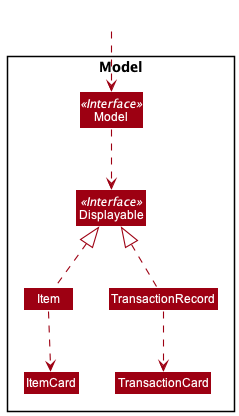
This is docs/images/ModelDisplayableClassDiagram.png from nus-cs2103-AY2122S1/tp, a PlantUML export, as it was before one commit. Source of this version:
```plantuml
@startuml
!include style.puml
skinparam arrowThickness 1.1
skinparam arrowColor MODEL_COLOR
skinparam classBackgroundColor MODEL_COLOR
Package Model <<Rectangle>>{
Interface Model <<Interface>>
Interface Displayable <<Interface>>
Class Model
Class Displayable

Class Item
Class TransactionRecord
Class ItemCard
Class TransactionCard
}
Class HiddenOutside #FFFFFF
HiddenOutside ..> Model

Model ..> Displayable
Item .up.|> Displayable
TransactionRecord .up.|> Displayable

Item .down.> ItemCard
TransactionRecord .down.> TransactionCard
@enduml
```
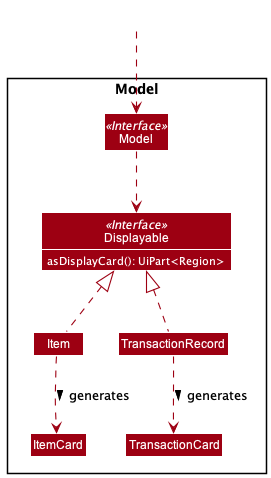
After the commit.

Commit message:
Add diagrams for Observer pattern and Model, Ui interaction

What changed in the source:
```diff
@@ -7,7 +7,9 @@
 Interface Model <<Interface>>
 Interface Displayable <<Interface>>
 Class Model
-Class Displayable
+Class Displayable {
+{method} asDisplayCard(): UiPart<Region>
+}
 
 Class Item
 Class TransactionRecord
@@ -21,6 +23,6 @@
 Item .up.|> Displayable
 TransactionRecord .up.|> Displayable
 
-Item .down.> ItemCard
-TransactionRecord .down.> TransactionCard
+Item .down.> ItemCard: generates >
+TransactionRecord .down.> TransactionCard: generates >
 @enduml
```
